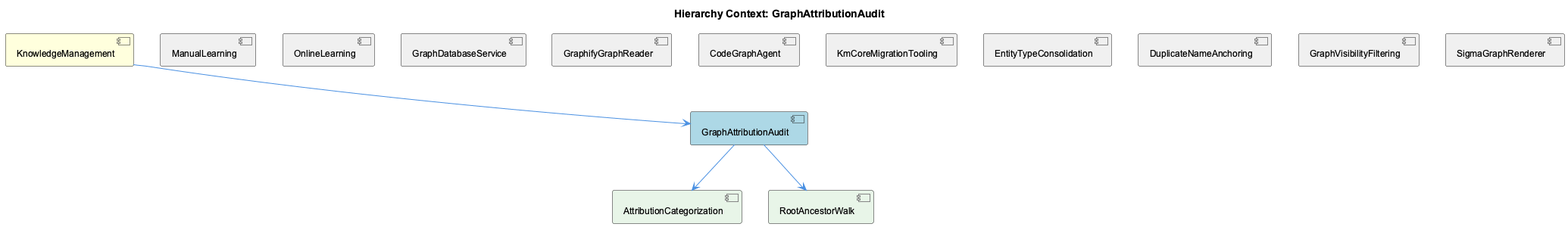
Before: knowledge-management/insights/images/graph-attribution-audit-relationship.png, a diagram exported from PlantUML (fwornle/coding).
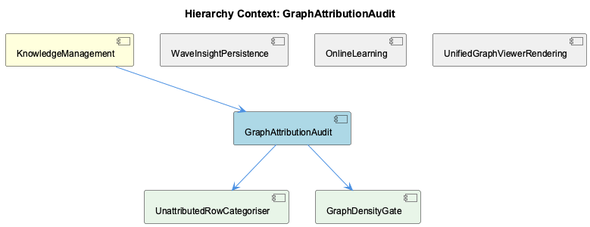
Later version of the same file.

Change to the diagram source:
```diff
@@ -5,31 +5,17 @@
 
 [KnowledgeManagement] as knowledge_management #FFFFDD
 [GraphAttributionAudit] as graph_attribution_audit #LightBlue
-[ManualLearning] as manual_learning #F0F0F0
+[WaveInsightPersistence] as wave_insight_persistence #F0F0F0
 [OnlineLearning] as online_learning #F0F0F0
-[GraphDatabaseService] as graph_database_service #F0F0F0
-[GraphifyGraphReader] as graphify_graph_reader #F0F0F0
-[CodeGraphAgent] as code_graph_agent #F0F0F0
-[KmCoreMigrationTooling] as km_core_migration_tooling #F0F0F0
-[EntityTypeConsolidation] as entity_type_consolidation #F0F0F0
-[DuplicateNameAnchoring] as duplicate_name_anchoring #F0F0F0
-[GraphVisibilityFiltering] as graph_visibility_filtering #F0F0F0
-[SigmaGraphRenderer] as sigma_graph_renderer #F0F0F0
-[AttributionCategorization] as attribution_categorization #E8F5E8
-[RootAncestorWalk] as root_ancestor_walk #E8F5E8
+[UnifiedGraphViewerRendering] as unified_graph_viewer_rendering #F0F0F0
+[UnattributedRowCategoriser] as unattributed_row_categoriser #E8F5E8
+[GraphDensityGate] as graph_density_gate #E8F5E8
 
 knowledge_management --> graph_attribution_audit
-manual_learning -[hidden]- graph_attribution_audit
+wave_insight_persistence -[hidden]- graph_attribution_audit
 online_learning -[hidden]- graph_attribution_audit
-graph_database_service -[hidden]- graph_attribution_audit
-graphify_graph_reader -[hidden]- graph_attribution_audit
-code_graph_agent -[hidden]- graph_attribution_audit
-km_core_migration_tooling -[hidden]- graph_attribution_audit
-entity_type_consolidation -[hidden]- graph_attribution_audit
-duplicate_name_anchoring -[hidden]- graph_attribution_audit
-graph_visibility_filtering -[hidden]- graph_attribution_audit
-sigma_graph_renderer -[hidden]- graph_attribution_audit
-graph_attribution_audit --> attribution_categorization
-graph_attribution_audit --> root_ancestor_walk
+unified_graph_viewer_rendering -[hidden]- graph_attribution_audit
+graph_attribution_audit --> unattributed_row_categoriser
+graph_attribution_audit --> graph_density_gate
 
 @enduml
```
